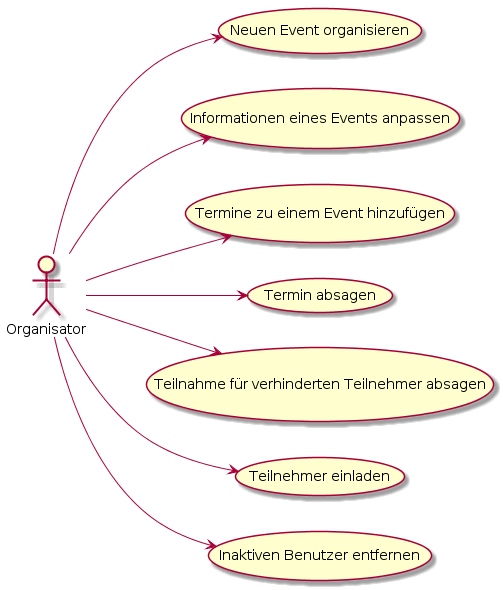
Before: Dokumentation/PlantUMLs/UseCases_Organisator.png, a diagram exported from PlantUML (PascalHonegger/HeyImIn). Source of this version:
```plantuml
@startuml
left to right direction

Organisator --> (Neuen Event organisieren)
Organisator --> (Informationen eines Events anpassen)
Organisator --> (Termine zu einem Event hinzufügen)
Organisator --> (Termin absagen)
Organisator --> (Teilnahme für verhinderten Teilnehmer absagen)
Organisator --> (Teilnehmer einladen)
Organisator --> (Inaktiven Benutzer entfernen)
@enduml
```
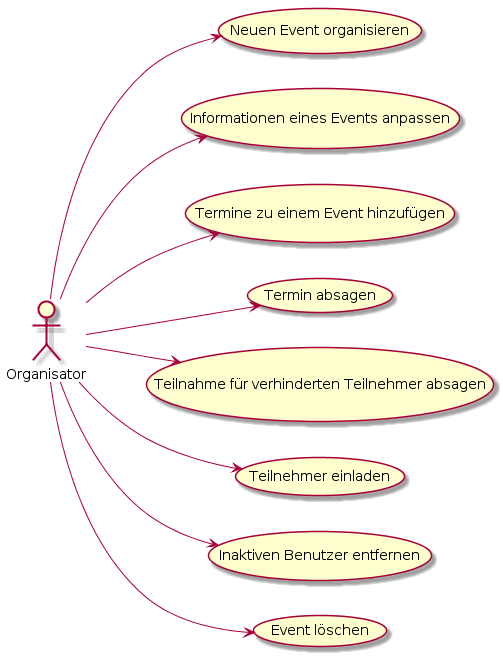
Later version of the same file.

Commit message:
Testkonzept abgeschlossen, Organisator um einen Use-Case erweitert

Change to the diagram source:
```diff
@@ -8,4 +8,5 @@
 Organisator --> (Teilnahme für verhinderten Teilnehmer absagen)
 Organisator --> (Teilnehmer einladen)
 Organisator --> (Inaktiven Benutzer entfernen)
+Organisator --> (Event löschen)
 @enduml
```
